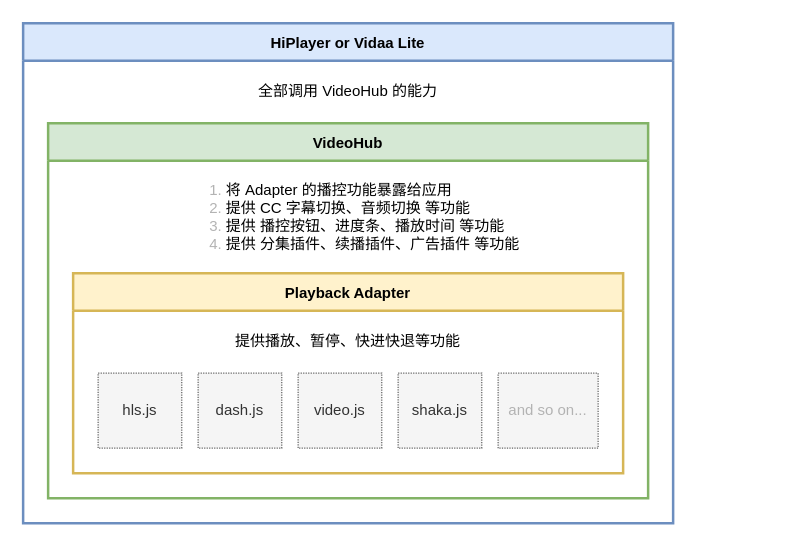
Before: page "每一层结构" (4 of 4) of VideoHub_SDK.drawio in LeeDebug/drawio, a draw.io diagram. Source tidied: cells renumbered, new cells numbered last; positions are measured from the earlier drawing's top-left corner, leaving out a move shared by most shapes. Both pictures are drawn from the tidied source at 125%, with x=0, y=0 at pixel (22, 22).
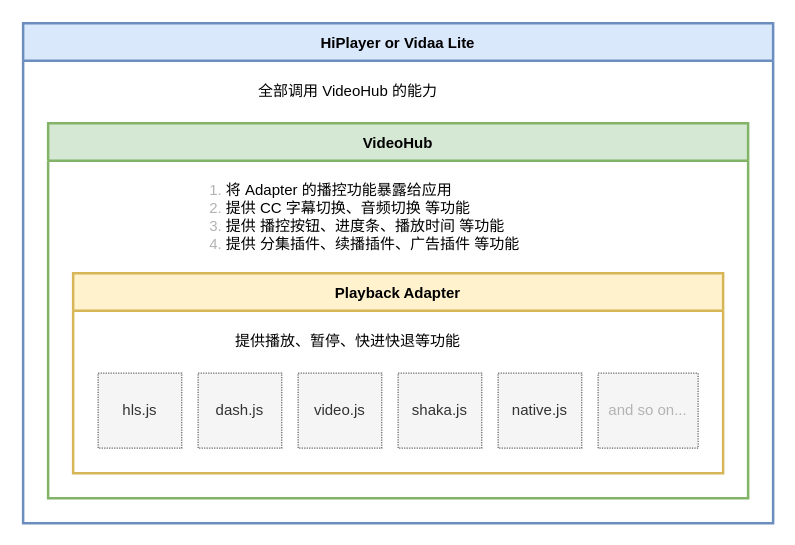
The same diagram, later.

Change to the diagram source:
```diff
@@
 <mxGraphModel>
   <root>
     <mxCell id="0" />
     <mxCell id="1" parent="0" />
     <mxCell id="2" value="HiPlayer or Vidaa Lite" style="swimlane;labelBackgroundColor=none;swimlaneFillColor=none;fillColor=#dae8fc;startSize=30;strokeColor=#6c8ebf;strokeWidth=2;" parent="1" vertex="1">
-      <mxGeometry width="520" height="400" as="geometry" />
+      <mxGeometry width="600" height="400" as="geometry" />
     </mxCell>
     <mxCell id="3" value="VideoHub" style="swimlane;startSize=30;fillColor=#d5e8d4;strokeColor=#82b366;strokeWidth=2;" parent="2" vertex="1">
-      <mxGeometry x="20" y="80" width="480" height="300" as="geometry" />
+      <mxGeometry x="20" y="80" width="560" height="300" as="geometry" />
     </mxCell>
     <mxCell id="4" value="Playback Adapter" style="swimlane;startSize=30;fillColor=#fff2cc;strokeColor=#d6b656;strokeWidth=2;" parent="3" vertex="1">
-      <mxGeometry x="20" y="120" width="440" height="160" as="geometry" />
+      <mxGeometry x="20" y="120" width="520" height="160" as="geometry" />
     </mxCell>
     <mxCell id="5" value="hls.js" style="rounded=0;whiteSpace=wrap;html=1;fillColor=#f5f5f5;dashed=1;dashPattern=1 1;fontColor=#333333;strokeColor=#666666;" parent="4" vertex="1">
       <mxGeometry x="20" y="80" width="66.9" height="60" as="geometry" />
     </mxCell>
     <mxCell id="6" value="dash.js" style="rounded=0;whiteSpace=wrap;html=1;fillColor=#f5f5f5;dashed=1;dashPattern=1 1;fontColor=#333333;strokeColor=#666666;" parent="4" vertex="1">
       <mxGeometry x="100" y="80" width="66.9" height="60" as="geometry" />
     </mxCell>
     <mxCell id="7" value="video.js" style="rounded=0;whiteSpace=wrap;html=1;fillColor=#f5f5f5;dashed=1;dashPattern=1 1;fontColor=#333333;strokeColor=#666666;" parent="4" vertex="1">
       <mxGeometry x="180" y="80" width="66.9" height="60" as="geometry" />
     </mxCell>
     <mxCell id="8" value="shaka.js" style="rounded=0;whiteSpace=wrap;html=1;fillColor=#f5f5f5;dashed=1;dashPattern=1 1;fontColor=#333333;strokeColor=#666666;" parent="4" vertex="1">
       <mxGeometry x="260" y="80" width="66.9" height="60" as="geometry" />
     </mxCell>
     <mxCell id="9" value="&lt;font color=&quot;#b3b3b3&quot;&gt;and so on...&lt;/font&gt;" style="rounded=0;whiteSpace=wrap;html=1;fillColor=#f5f5f5;dashed=1;dashPattern=1 1;fontColor=#333333;strokeColor=#666666;" parent="4" vertex="1">
-      <mxGeometry x="340" y="80" width="80" height="60" as="geometry" />
+      <mxGeometry x="420" y="80" width="80" height="60" as="geometry" />
     </mxCell>
     <mxCell id="10" value="&lt;font color=&quot;#000000&quot; style=&quot;font-size: 12px;&quot;&gt;提供播放、暂停、快进快退等功能&lt;/font&gt;" style="text;html=1;strokeColor=none;fillColor=none;align=center;verticalAlign=middle;whiteSpace=wrap;rounded=0;fontColor=#B3B3B3;labelBorderColor=none;fontSize=12;labelBackgroundColor=default;" parent="4" vertex="1">
       <mxGeometry x="20" y="40" width="400" height="30" as="geometry" />
     </mxCell>
+    <mxCell id="13" value="native.js" style="rounded=0;whiteSpace=wrap;html=1;fillColor=#f5f5f5;dashed=1;dashPattern=1 1;fontColor=#333333;strokeColor=#666666;" parent="4" vertex="1">
+      <mxGeometry x="340" y="80" width="66.9" height="60" as="geometry" />
+    </mxCell>
     <mxCell id="11" value="&lt;div style=&quot;text-align: left;&quot;&gt;&lt;ol&gt;&lt;li&gt;&lt;span style=&quot;background-color: initial;&quot;&gt;&lt;font color=&quot;#000000&quot;&gt;将 Adapter 的播控功能暴露给应用&lt;/font&gt;&lt;/span&gt;&lt;/li&gt;&lt;li&gt;&lt;span style=&quot;background-color: initial;&quot;&gt;&lt;font color=&quot;#000000&quot;&gt;提供 CC 字幕切换、音频切换 等功能&lt;/font&gt;&lt;/span&gt;&lt;/li&gt;&lt;li&gt;&lt;span style=&quot;background-color: initial;&quot;&gt;&lt;font color=&quot;#000000&quot;&gt;提供 播控按钮、进度条、播放时间 等功能&lt;/font&gt;&lt;/span&gt;&lt;/li&gt;&lt;li&gt;&lt;span style=&quot;background-color: initial;&quot;&gt;&lt;font color=&quot;#000000&quot;&gt;提供 分集插件、续播插件、广告插件 等功能&lt;/font&gt;&lt;/span&gt;&lt;/li&gt;&lt;/ol&gt;&lt;/div&gt;" style="text;html=1;strokeColor=none;fillColor=none;align=center;verticalAlign=middle;whiteSpace=wrap;rounded=0;fontColor=#B3B3B3;" parent="3" vertex="1">
       <mxGeometry x="20" y="40" width="440" height="70" as="geometry" />
     </mxCell>
     <mxCell id="12" value="&lt;font color=&quot;#000000&quot; style=&quot;font-size: 12px;&quot;&gt;全部调用 VideoHub 的能力&lt;/font&gt;" style="text;html=1;strokeColor=none;fillColor=none;align=center;verticalAlign=middle;whiteSpace=wrap;rounded=0;fontColor=#B3B3B3;labelBorderColor=none;fontSize=12;labelBackgroundColor=default;" parent="2" vertex="1">
       <mxGeometry x="20" y="40" width="480" height="30" as="geometry" />
     </mxCell>
   </root>
 </mxGraphModel>
```
